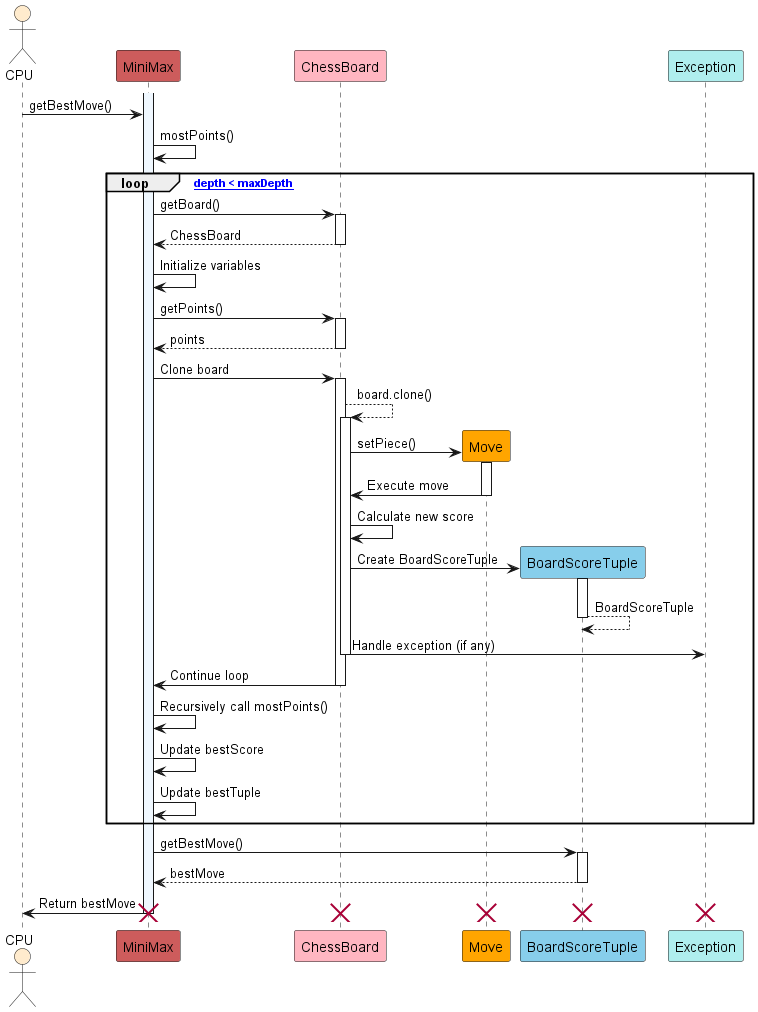
The PlantUML diagram docs/images/MiniMaxSequenceDiagram.png in onx001/tp, before a commit.
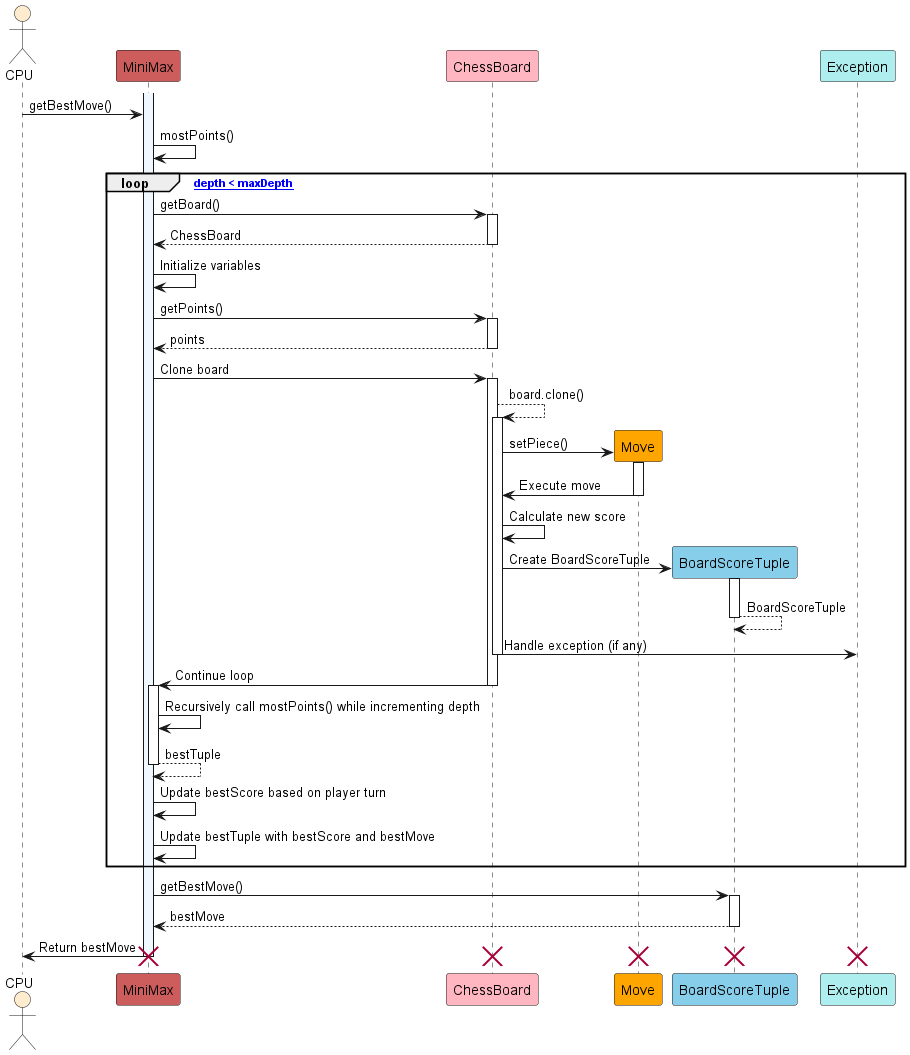
After the commit.

The edit, as a diff of the source:
```diff
@@ -44,10 +44,12 @@
     deactivate CB
     CB -> MM : Continue loop
     deactivate CB
-
-    MM -> MM : Recursively call mostPoints()
-    MM -> MM : Update bestScore
-    MM -> MM : Update bestTuple
+    activate MM
+    MM -> MM : Recursively call mostPoints() while incrementing depth
+    MM --> MM : bestTuple
+    deactivate MM
+    MM -> MM : Update bestScore based on player turn
+    MM -> MM : Update bestTuple with bestScore and bestMove
 
 end
 
```
